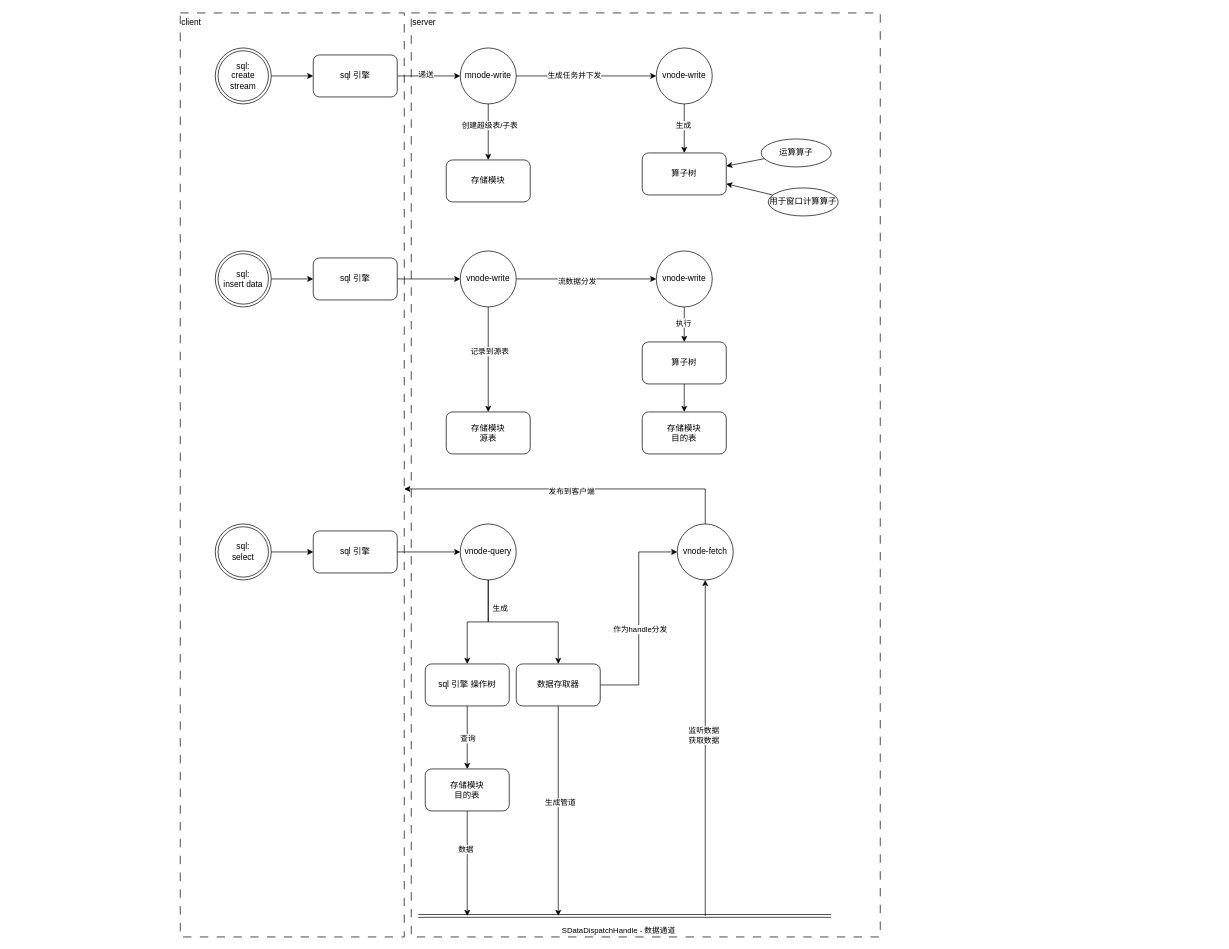
Before: TDengine_stream_framework.drawio in iTheds/draft_diagrams, a draw.io diagram. Source tidied: cells renumbered, new cells numbered last; positions are measured from the earlier drawing's top-left corner, leaving out a move shared by most shapes. Both pictures are drawn from the tidied source at 70%, with x=0, y=0 at pixel (180, 13).
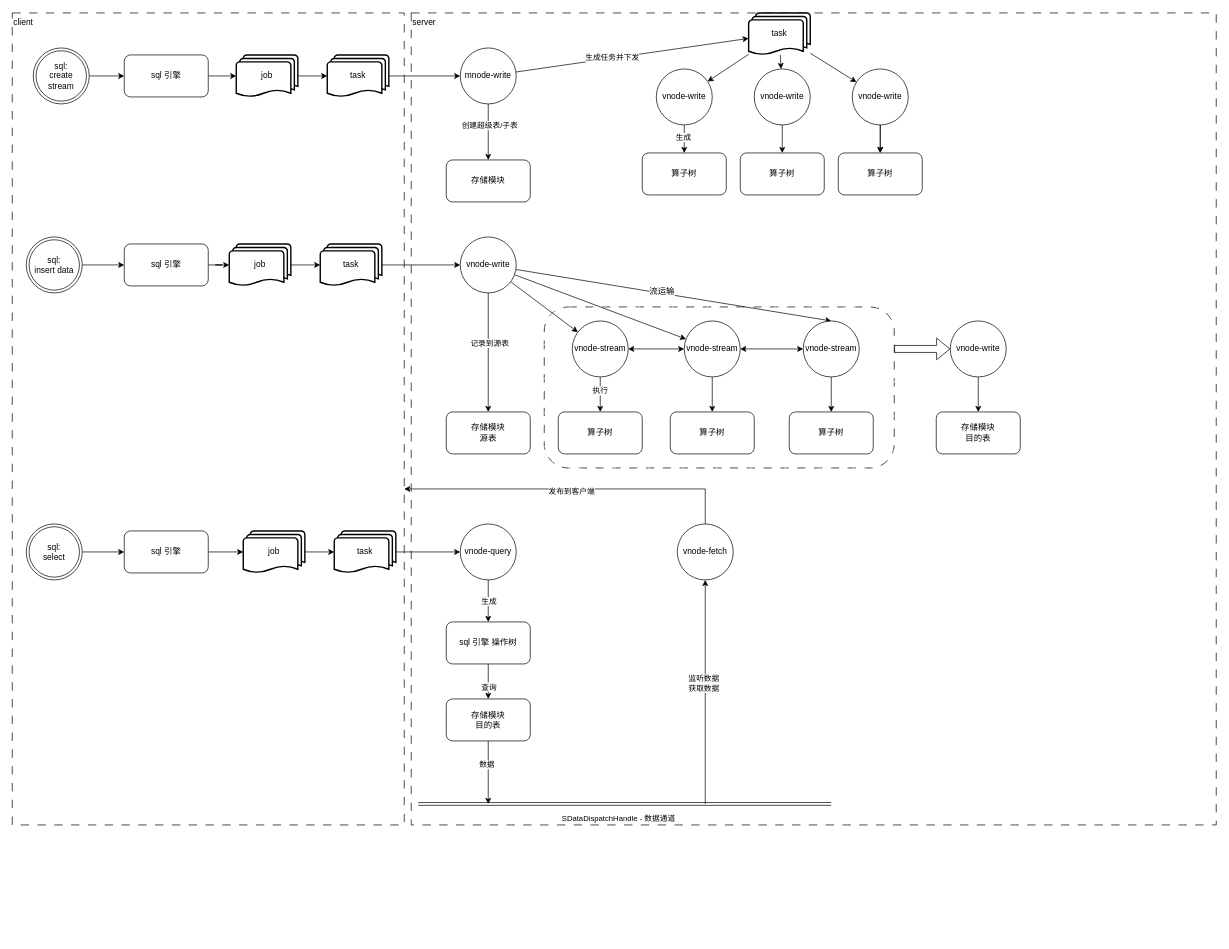
Above is the later version.

Unchanged cells that the change refers to:
```xml
<mxCell id="6" value="算子树" style="rounded=1;whiteSpace=wrap;html=1;" parent="1" vertex="1">
  <mxGeometry x="660" y="200" width="120" height="60" as="geometry" />
</mxCell>
<mxCell id="21" value="mnode-write" style="ellipse;whiteSpace=wrap;html=1;" parent="1" vertex="1">
  <mxGeometry x="400" y="50" width="80" height="80" as="geometry" />
</mxCell>
<mxCell id="40" style="edgeStyle=orthogonalEdgeStyle;rounded=0;jettySize=auto;html=1;" parent="1" edge="1" source="43" target="46">
  <mxGeometry relative="1" as="geometry" />
</mxCell>
<mxCell id="43" value="vnode-query" style="ellipse;whiteSpace=wrap;html=1;" parent="1" vertex="1">
  <mxGeometry x="400" y="730" width="80" height="80" as="geometry" />
</mxCell>
<mxCell id="56" value="vnode-fetch" style="ellipse;whiteSpace=wrap;html=1;" parent="1" vertex="1">
  <mxGeometry x="710" y="730" width="80" height="80" as="geometry" />
</mxCell>
```

The edit, as a diff of the source:
```diff
@@
+    <mxCell id="65" style="rounded=1;whiteSpace=wrap;html=1;dashed=1;dashPattern=12 12;fillStyle=hatch;strokeColor=default;fontFamily=Helvetica;fontSize=12;fontColor=default;fillColor=default;" parent="1" vertex="1">
+      <mxGeometry x="520" y="420" width="500" height="230" as="geometry" />
+    </mxCell>
     <mxCell id="2" value="server" style="rounded=0;whiteSpace=wrap;html=1;dashed=1;dashPattern=12 12;fillStyle=hatch;align=left;verticalAlign=top;" parent="1" vertex="1">
-      <mxGeometry x="330" width="670" height="1320" as="geometry" />
+      <mxGeometry x="330" width="1150" height="1160" as="geometry" />
     </mxCell>
     <mxCell id="3" value="&lt;div&gt;client&lt;br&gt;&lt;/div&gt;" style="rounded=0;whiteSpace=wrap;html=1;dashed=1;dashPattern=12 12;fillStyle=hatch;align=left;verticalAlign=top;" parent="1" vertex="1">
-      <mxGeometry width="320" height="1320" as="geometry" />
+      <mxGeometry x="-240" width="560" height="1160" as="geometry" />
     </mxCell>
@@
     <mxCell id="5" value="sql:&lt;div&gt;create stream&lt;br&gt;&lt;/div&gt;" style="ellipse;shape=doubleEllipse;whiteSpace=wrap;html=1;" parent="1" vertex="1">
-      <mxGeometry x="50" y="50" width="80" height="80" as="geometry" />
+      <mxGeometry x="-210" y="50" width="80" height="80" as="geometry" />
     </mxCell>
@@
-    <mxCell id="7" style="edgeStyle=orthogonalEdgeStyle;rounded=0;jettySize=auto;html=1;" parent="1" edge="1" source="9" target="21">
-      <mxGeometry relative="1" as="geometry" />
-    </mxCell>
-    <mxCell id="8" value="递送" style="edgeLabel;html=1;align=center;verticalAlign=middle;" parent="7" vertex="1">
-      <mxGeometry x="-0.31" y="3" relative="1" as="geometry">
-        <mxPoint x="9" as="offset" />
-      </mxGeometry>
-    </mxCell>
+    <mxCell id="66" style="edgeStyle=orthogonalEdgeStyle;rounded=0;jettySize=auto;html=1;fontFamily=Helvetica;fontSize=12;fontColor=default;" parent="1" edge="1" source="9" target="75">
+      <mxGeometry relative="1" as="geometry" />
+    </mxCell>
     <mxCell id="9" value="sql 引擎" style="rounded=1;whiteSpace=wrap;html=1;" parent="1" vertex="1">
-      <mxGeometry x="190" y="60" width="120" height="60" as="geometry" />
+      <mxGeometry x="-80" y="60" width="120" height="60" as="geometry" />
     </mxCell>
@@
     <mxCell id="12" value="vnode-write" style="ellipse;whiteSpace=wrap;html=1;" parent="1" vertex="1">
-      <mxGeometry x="680" y="50" width="80" height="80" as="geometry" />
+      <mxGeometry x="680" y="80" width="80" height="80" as="geometry" />
     </mxCell>
@@
     <mxCell id="14" value="&lt;div&gt;sql:&lt;/div&gt;&lt;div&gt;insert data&lt;/div&gt;" style="ellipse;shape=doubleEllipse;whiteSpace=wrap;html=1;" parent="1" vertex="1">
-      <mxGeometry x="50" y="340" width="80" height="80" as="geometry" />
+      <mxGeometry x="-220" y="320" width="80" height="80" as="geometry" />
     </mxCell>
@@
     <mxCell id="16" value="&lt;div&gt;sql:&lt;/div&gt;&lt;div&gt;select&lt;/div&gt;" style="ellipse;shape=doubleEllipse;whiteSpace=wrap;html=1;" parent="1" vertex="1">
-      <mxGeometry x="50" y="730" width="80" height="80" as="geometry" />
+      <mxGeometry x="-220" y="730" width="80" height="80" as="geometry" />
     </mxCell>
-    <mxCell id="17" style="edgeStyle=orthogonalEdgeStyle;rounded=0;jettySize=auto;html=1;exitX=1;exitY=0.5;exitDx=0;exitDy=0;" parent="1" edge="1" source="21" target="12">
+    <mxCell id="17" style="rounded=0;jettySize=auto;html=1;" parent="1" edge="1" source="21" target="96">
       <mxGeometry relative="1" as="geometry" />
     </mxCell>
@@
-    <mxCell id="22" style="rounded=0;jettySize=auto;html=1;" parent="1" edge="1" source="23" target="6">
-      <mxGeometry relative="1" as="geometry" />
-    </mxCell>
-    <mxCell id="23" value="运算算子" style="ellipse;whiteSpace=wrap;html=1;align=center;" parent="1" vertex="1">
-      <mxGeometry x="830" y="180" width="100" height="40" as="geometry" />
-    </mxCell>
-    <mxCell id="24" style="rounded=0;jettySize=auto;html=1;" parent="1" edge="1" source="25" target="6">
-      <mxGeometry relative="1" as="geometry" />
-    </mxCell>
-    <mxCell id="25" value="用于窗口计算算子" style="ellipse;whiteSpace=wrap;html=1;align=center;" parent="1" vertex="1">
-      <mxGeometry x="840" y="250" width="100" height="40" as="geometry" />
-    </mxCell>
@@
-    <mxCell id="28" style="edgeStyle=orthogonalEdgeStyle;rounded=0;jettySize=auto;html=1;" parent="1" edge="1" source="30" target="35">
-      <mxGeometry relative="1" as="geometry" />
-    </mxCell>
-    <mxCell id="29" value="流数据分发" style="edgeLabel;html=1;align=center;verticalAlign=middle;" parent="28" vertex="1">
-      <mxGeometry x="-0.14" y="-2" relative="1" as="geometry" />
-    </mxCell>
+    <mxCell id="67" style="rounded=0;jettySize=auto;html=1;fontFamily=Helvetica;fontSize=12;fontColor=default;" parent="1" edge="1" source="30" target="98">
+      <mxGeometry relative="1" as="geometry" />
+    </mxCell>
+    <mxCell id="68" style="rounded=0;jettySize=auto;html=1;fontFamily=Helvetica;fontSize=12;fontColor=default;entryX=0.5;entryY=0;entryDx=0;entryDy=0;" parent="1" edge="1" source="30" target="103">
+      <mxGeometry relative="1" as="geometry" />
+    </mxCell>
+    <mxCell id="69" value="流运输" style="edgeLabel;html=1;align=center;verticalAlign=middle;fontSize=12;fontFamily=Helvetica;fontColor=default;" parent="68" vertex="1">
+      <mxGeometry x="-0.08" y="3" relative="1" as="geometry" />
+    </mxCell>
+    <mxCell id="70" style="rounded=0;jettySize=auto;html=1;fontFamily=Helvetica;fontSize=12;fontColor=default;" parent="1" edge="1" source="30" target="101">
+      <mxGeometry relative="1" as="geometry" />
+    </mxCell>
     <mxCell id="30" value="vnode-write" style="ellipse;whiteSpace=wrap;html=1;" parent="1" vertex="1">
-      <mxGeometry x="400" y="340" width="80" height="80" as="geometry" />
+      <mxGeometry x="400" y="320" width="80" height="80" as="geometry" />
     </mxCell>
-    <mxCell id="31" style="edgeStyle=orthogonalEdgeStyle;rounded=0;jettySize=auto;html=1;" parent="1" edge="1" source="32" target="30">
-      <mxGeometry relative="1" as="geometry" />
-    </mxCell>
+    <mxCell id="71" style="edgeStyle=orthogonalEdgeStyle;rounded=0;jettySize=auto;html=1;fontFamily=Helvetica;fontSize=12;fontColor=default;" parent="1" edge="1" source="32" target="79">
+      <mxGeometry relative="1" as="geometry" />
+    </mxCell>
     <mxCell id="32" value="sql 引擎" style="rounded=1;whiteSpace=wrap;html=1;" parent="1" vertex="1">
-      <mxGeometry x="190" y="350" width="120" height="60" as="geometry" />
+      <mxGeometry x="-80" y="330" width="120" height="60" as="geometry" />
     </mxCell>
-    <mxCell id="33" style="edgeStyle=orthogonalEdgeStyle;rounded=0;jettySize=auto;html=1;" parent="1" edge="1" source="35" target="37">
-      <mxGeometry relative="1" as="geometry" />
-    </mxCell>
-    <mxCell id="34" value="执行" style="edgeLabel;html=1;align=center;verticalAlign=middle;" parent="33" vertex="1">
-      <mxGeometry x="-0.13" y="-2" relative="1" as="geometry" />
-    </mxCell>
+    <mxCell id="72" style="edgeStyle=orthogonalEdgeStyle;rounded=0;jettySize=auto;html=1;fontFamily=Helvetica;fontSize=12;fontColor=default;" parent="1" edge="1" source="35" target="62">
+      <mxGeometry relative="1" as="geometry" />
+    </mxCell>
     <mxCell id="35" value="vnode-write" style="ellipse;whiteSpace=wrap;html=1;" parent="1" vertex="1">
-      <mxGeometry x="680" y="340" width="80" height="80" as="geometry" />
+      <mxGeometry x="1100" y="440" width="80" height="80" as="geometry" />
     </mxCell>
-    <mxCell id="36" style="edgeStyle=orthogonalEdgeStyle;rounded=0;jettySize=auto;html=1;" parent="1" edge="1" source="37" target="62">
-      <mxGeometry relative="1" as="geometry" />
-    </mxCell>
     <mxCell id="37" value="算子树" style="rounded=1;whiteSpace=wrap;html=1;" parent="1" vertex="1">
-      <mxGeometry x="660" y="470" width="120" height="60" as="geometry" />
+      <mxGeometry x="700" y="570" width="120" height="60" as="geometry" />
     </mxCell>
-    <mxCell id="38" style="edgeStyle=orthogonalEdgeStyle;rounded=0;jettySize=auto;html=1;" parent="1" edge="1" source="39" target="43">
-      <mxGeometry relative="1" as="geometry" />
-    </mxCell>
+    <mxCell id="73" style="edgeStyle=orthogonalEdgeStyle;rounded=0;jettySize=auto;html=1;fontFamily=Helvetica;fontSize=12;fontColor=default;" parent="1" edge="1" source="39" target="83">
+      <mxGeometry relative="1" as="geometry" />
+    </mxCell>
     <mxCell id="39" value="sql 引擎" style="rounded=1;whiteSpace=wrap;html=1;" parent="1" vertex="1">
-      <mxGeometry x="190" y="740" width="120" height="60" as="geometry" />
+      <mxGeometry x="-80" y="740" width="120" height="60" as="geometry" />
     </mxCell>
@@
     <mxCell id="41" value="生成" style="edgeLabel;html=1;align=center;verticalAlign=middle;" parent="40" vertex="1">
       <mxGeometry x="-0.24" y="-3" relative="1" as="geometry">
-        <mxPoint x="19" y="-17" as="offset" />
+        <mxPoint x="3" y="7" as="offset" />
       </mxGeometry>
     </mxCell>
-    <mxCell id="42" style="edgeStyle=orthogonalEdgeStyle;rounded=0;jettySize=auto;html=1;" parent="1" edge="1" source="43" target="51">
-      <mxGeometry relative="1" as="geometry" />
-    </mxCell>
@@
     <mxCell id="46" value="sql 引擎 操作树" style="rounded=1;whiteSpace=wrap;html=1;" parent="1" vertex="1">
-      <mxGeometry x="350" y="930" width="120" height="60" as="geometry" />
+      <mxGeometry x="380" y="870" width="120" height="60" as="geometry" />
     </mxCell>
-    <mxCell id="47" style="edgeStyle=orthogonalEdgeStyle;rounded=0;jettySize=auto;html=1;" parent="1" edge="1" source="51">
-      <mxGeometry relative="1" as="geometry">
-        <mxPoint x="540" y="1290" as="targetPoint" />
-      </mxGeometry>
-    </mxCell>
-    <mxCell id="48" value="生成管道" style="edgeLabel;html=1;align=center;verticalAlign=middle;" parent="47" vertex="1">
-      <mxGeometry x="-0.09" y="2" relative="1" as="geometry" />
-    </mxCell>
-    <mxCell id="49" style="edgeStyle=elbowEdgeStyle;rounded=0;jettySize=auto;html=1;" parent="1" edge="1" source="51" target="56">
-      <mxGeometry relative="1" as="geometry" />
-    </mxCell>
-    <mxCell id="50" value="作为handle分发" style="edgeLabel;html=1;align=center;verticalAlign=middle;" parent="49" vertex="1">
-      <mxGeometry x="-0.1" y="-1" relative="1" as="geometry" />
-    </mxCell>
-    <mxCell id="51" value="数据存取器" style="rounded=1;whiteSpace=wrap;html=1;" parent="1" vertex="1">
-      <mxGeometry x="480" y="930" width="120" height="60" as="geometry" />
-    </mxCell>
     <mxCell id="52" style="edgeStyle=orthogonalEdgeStyle;rounded=0;jettySize=auto;html=1;" parent="1" edge="1" source="63">
       <mxGeometry relative="1" as="geometry">
-        <mxPoint x="410" y="1290" as="targetPoint" />
+        <mxPoint x="440" y="1130" as="targetPoint" />
       </mxGeometry>
     </mxCell>
@@
     <mxCell id="57" style="shape=link;html=1;rounded=0;" parent="1" edge="1">
       <mxGeometry relative="1" as="geometry">
-        <mxPoint x="340" y="1290" as="sourcePoint" />
-        <mxPoint x="930" y="1290" as="targetPoint" />
+        <mxPoint x="340" y="1130" as="sourcePoint" />
+        <mxPoint x="930" y="1130" as="targetPoint" />
       </mxGeometry>
     </mxCell>
@@
     <mxCell id="59" style="endArrow=classic;html=1;rounded=0;" parent="1" edge="1" target="56">
       <mxGeometry relative="1" as="geometry">
-        <mxPoint x="750" y="1290" as="sourcePoint" />
+        <mxPoint x="750" y="1130" as="sourcePoint" />
       </mxGeometry>
     </mxCell>
@@
     <mxCell id="62" value="&lt;div&gt;存储模块&lt;/div&gt;&lt;div&gt;目的表&lt;br&gt;&lt;/div&gt;" style="rounded=1;whiteSpace=wrap;html=1;" parent="1" vertex="1">
-      <mxGeometry x="660" y="570" width="120" height="60" as="geometry" />
+      <mxGeometry x="1080" y="570" width="120" height="60" as="geometry" />
     </mxCell>
     <mxCell id="63" value="&lt;div&gt;存储模块&lt;/div&gt;&lt;div&gt;目的表&lt;br&gt;&lt;/div&gt;" style="rounded=1;whiteSpace=wrap;html=1;" parent="1" vertex="1">
-      <mxGeometry x="350" y="1080" width="120" height="60" as="geometry" />
+      <mxGeometry x="380" y="980" width="120" height="60" as="geometry" />
     </mxCell>
@@
+    <mxCell id="74" style="edgeStyle=orthogonalEdgeStyle;rounded=0;jettySize=auto;html=1;fontFamily=Helvetica;fontSize=12;fontColor=default;" parent="1" edge="1" source="75" target="77">
+      <mxGeometry relative="1" as="geometry" />
+    </mxCell>
+    <mxCell id="75" value="job" style="strokeWidth=2;html=1;shape=mxgraph.flowchart.multi-document;whiteSpace=wrap;" parent="1" vertex="1">
+      <mxGeometry x="80" y="60" width="88" height="60" as="geometry" />
+    </mxCell>
+    <mxCell id="76" style="edgeStyle=orthogonalEdgeStyle;rounded=0;jettySize=auto;html=1;fontFamily=Helvetica;fontSize=12;fontColor=default;" parent="1" edge="1" source="77" target="21">
+      <mxGeometry relative="1" as="geometry" />
+    </mxCell>
+    <mxCell id="77" value="task" style="strokeWidth=2;html=1;shape=mxgraph.flowchart.multi-document;whiteSpace=wrap;" parent="1" vertex="1">
+      <mxGeometry x="210" y="60" width="88" height="60" as="geometry" />
+    </mxCell>
+    <mxCell id="78" style="edgeStyle=orthogonalEdgeStyle;rounded=0;jettySize=auto;html=1;fontFamily=Helvetica;fontSize=12;fontColor=default;" parent="1" edge="1" source="79" target="81">
+      <mxGeometry relative="1" as="geometry" />
+    </mxCell>
+    <mxCell id="79" value="job" style="strokeWidth=2;html=1;shape=mxgraph.flowchart.multi-document;whiteSpace=wrap;" parent="1" vertex="1">
+      <mxGeometry x="70" y="330" width="88" height="60" as="geometry" />
+    </mxCell>
+    <mxCell id="80" style="edgeStyle=orthogonalEdgeStyle;rounded=0;jettySize=auto;html=1;fontFamily=Helvetica;fontSize=12;fontColor=default;" parent="1" edge="1" source="81" target="30">
+      <mxGeometry relative="1" as="geometry" />
+    </mxCell>
+    <mxCell id="81" value="task" style="strokeWidth=2;html=1;shape=mxgraph.flowchart.multi-document;whiteSpace=wrap;" parent="1" vertex="1">
+      <mxGeometry x="200" y="330" width="88" height="60" as="geometry" />
+    </mxCell>
+    <mxCell id="82" style="edgeStyle=orthogonalEdgeStyle;rounded=0;jettySize=auto;html=1;fontFamily=Helvetica;fontSize=12;fontColor=default;" parent="1" edge="1" source="83" target="85">
+      <mxGeometry relative="1" as="geometry" />
+    </mxCell>
+    <mxCell id="83" value="job" style="strokeWidth=2;html=1;shape=mxgraph.flowchart.multi-document;whiteSpace=wrap;" parent="1" vertex="1">
+      <mxGeometry x="90" y="740" width="88" height="60" as="geometry" />
+    </mxCell>
+    <mxCell id="84" style="edgeStyle=orthogonalEdgeStyle;rounded=0;jettySize=auto;html=1;fontFamily=Helvetica;fontSize=12;fontColor=default;" parent="1" edge="1" source="85" target="43">
+      <mxGeometry relative="1" as="geometry" />
+    </mxCell>
+    <mxCell id="85" value="task" style="strokeWidth=2;html=1;shape=mxgraph.flowchart.multi-document;whiteSpace=wrap;" parent="1" vertex="1">
+      <mxGeometry x="220" y="740" width="88" height="60" as="geometry" />
+    </mxCell>
+    <mxCell id="86" style="edgeStyle=orthogonalEdgeStyle;rounded=0;jettySize=auto;html=1;exitX=0.5;exitY=1;exitDx=0;exitDy=0;fontFamily=Helvetica;fontSize=12;fontColor=default;" parent="1" edge="1" source="87" target="88">
+      <mxGeometry relative="1" as="geometry" />
+    </mxCell>
+    <mxCell id="87" value="vnode-write" style="ellipse;whiteSpace=wrap;html=1;" parent="1" vertex="1">
+      <mxGeometry x="820" y="80" width="80" height="80" as="geometry" />
+    </mxCell>
+    <mxCell id="88" value="算子树" style="rounded=1;whiteSpace=wrap;html=1;" parent="1" vertex="1">
+      <mxGeometry x="800" y="200" width="120" height="60" as="geometry" />
+    </mxCell>
+    <mxCell id="89" style="edgeStyle=orthogonalEdgeStyle;rounded=0;jettySize=auto;html=1;exitX=0.5;exitY=1;exitDx=0;exitDy=0;fontFamily=Helvetica;fontSize=12;fontColor=default;" parent="1" edge="1" source="91" target="92">
+      <mxGeometry relative="1" as="geometry" />
+    </mxCell>
+    <mxCell id="90" style="edgeStyle=orthogonalEdgeStyle;rounded=0;jettySize=auto;html=1;fontFamily=Helvetica;fontSize=12;fontColor=default;" parent="1" edge="1" source="91" target="92">
+      <mxGeometry relative="1" as="geometry" />
+    </mxCell>
+    <mxCell id="91" value="vnode-write" style="ellipse;whiteSpace=wrap;html=1;" parent="1" vertex="1">
+      <mxGeometry x="960" y="80" width="80" height="80" as="geometry" />
+    </mxCell>
+    <mxCell id="92" value="算子树" style="rounded=1;whiteSpace=wrap;html=1;" parent="1" vertex="1">
+      <mxGeometry x="940" y="200" width="120" height="60" as="geometry" />
+    </mxCell>
+    <mxCell id="93" style="rounded=0;jettySize=auto;html=1;fontFamily=Helvetica;fontSize=12;fontColor=default;" parent="1" edge="1" source="96" target="12">
+      <mxGeometry relative="1" as="geometry" />
+    </mxCell>
+    <mxCell id="94" style="rounded=0;jettySize=auto;html=1;fontFamily=Helvetica;fontSize=12;fontColor=default;" parent="1" edge="1" source="96" target="87">
+      <mxGeometry relative="1" as="geometry" />
+    </mxCell>
+    <mxCell id="95" style="rounded=0;jettySize=auto;html=1;fontFamily=Helvetica;fontSize=12;fontColor=default;" parent="1" edge="1" source="96" target="91">
+      <mxGeometry relative="1" as="geometry" />
+    </mxCell>
+    <mxCell id="96" value="task" style="strokeWidth=2;html=1;shape=mxgraph.flowchart.multi-document;whiteSpace=wrap;" parent="1" vertex="1">
+      <mxGeometry x="812" width="88" height="60" as="geometry" />
+    </mxCell>
+    <mxCell id="97" style="edgeStyle=orthogonalEdgeStyle;rounded=0;jettySize=auto;html=1;fontFamily=Helvetica;fontSize=12;fontColor=default;" parent="1" edge="1" source="98" target="99">
+      <mxGeometry relative="1" as="geometry">
+        <Array as="points">
+          <mxPoint x="600" y="540" />
+          <mxPoint x="600" y="540" />
+        </Array>
+      </mxGeometry>
+    </mxCell>
+    <mxCell id="34" value="执行" style="edgeLabel;html=1;align=center;verticalAlign=middle;" parent="97" vertex="1">
+      <mxGeometry x="-0.26" y="-1" relative="1" as="geometry" />
+    </mxCell>
+    <mxCell id="98" value="vnode-stream" style="ellipse;whiteSpace=wrap;html=1;" parent="1" vertex="1">
+      <mxGeometry x="560" y="440" width="80" height="80" as="geometry" />
+    </mxCell>
+    <mxCell id="99" value="算子树" style="rounded=1;whiteSpace=wrap;html=1;" parent="1" vertex="1">
+      <mxGeometry x="540" y="570" width="120" height="60" as="geometry" />
+    </mxCell>
+    <mxCell id="100" style="edgeStyle=orthogonalEdgeStyle;rounded=0;jettySize=auto;html=1;fontFamily=Helvetica;fontSize=12;fontColor=default;" parent="1" edge="1" source="101" target="37">
+      <mxGeometry relative="1" as="geometry" />
+    </mxCell>
+    <mxCell id="101" value="vnode-stream" style="ellipse;whiteSpace=wrap;html=1;" parent="1" vertex="1">
+      <mxGeometry x="720" y="440" width="80" height="80" as="geometry" />
+    </mxCell>
+    <mxCell id="102" style="edgeStyle=orthogonalEdgeStyle;rounded=0;jettySize=auto;html=1;fontFamily=Helvetica;fontSize=12;fontColor=default;" parent="1" edge="1" source="103" target="104">
+      <mxGeometry relative="1" as="geometry" />
+    </mxCell>
+    <mxCell id="103" value="vnode-stream" style="ellipse;whiteSpace=wrap;html=1;" parent="1" vertex="1">
+      <mxGeometry x="890" y="440" width="80" height="80" as="geometry" />
+    </mxCell>
+    <mxCell id="104" value="算子树" style="rounded=1;whiteSpace=wrap;html=1;" parent="1" vertex="1">
+      <mxGeometry x="870" y="570" width="120" height="60" as="geometry" />
+    </mxCell>
+    <mxCell id="105" style="shape=flexArrow;endArrow=classic;html=1;rounded=0;fontFamily=Helvetica;fontSize=12;fontColor=default;" parent="1" edge="1" target="35">
+      <mxGeometry relative="1" as="geometry">
+        <mxPoint x="1020" y="480" as="sourcePoint" />
+      </mxGeometry>
+    </mxCell>
+    <mxCell id="106" style="endArrow=classic;startArrow=classic;html=1;rounded=0;fontFamily=Helvetica;fontSize=12;fontColor=default;" parent="1" edge="1" source="98" target="101">
+      <mxGeometry relative="1" as="geometry" />
+    </mxCell>
+    <mxCell id="107" style="endArrow=classic;startArrow=classic;html=1;rounded=0;fontFamily=Helvetica;fontSize=12;fontColor=default;" parent="1" edge="1" source="101" target="103">
+      <mxGeometry relative="1" as="geometry" />
+    </mxCell>
```
